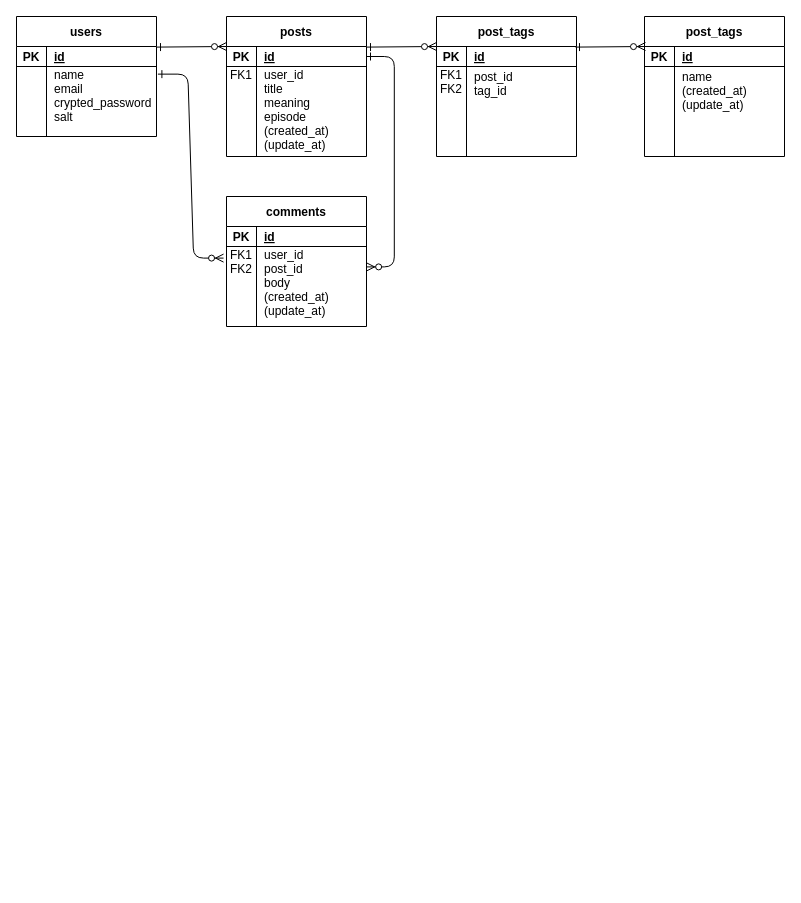
This is Group1_ER図.drawio from RUNTEQ-62-GROUP-DEVELOPMENT/Group1, a draw.io file, before an edit. Source tidied: cells renumbered, new cells numbered last; positions are measured from the earlier drawing's top-left corner, leaving out a move shared by most shapes. Both pictures are drawn from the tidied source at 100%, with x=0, y=0 at pixel (16, 16).
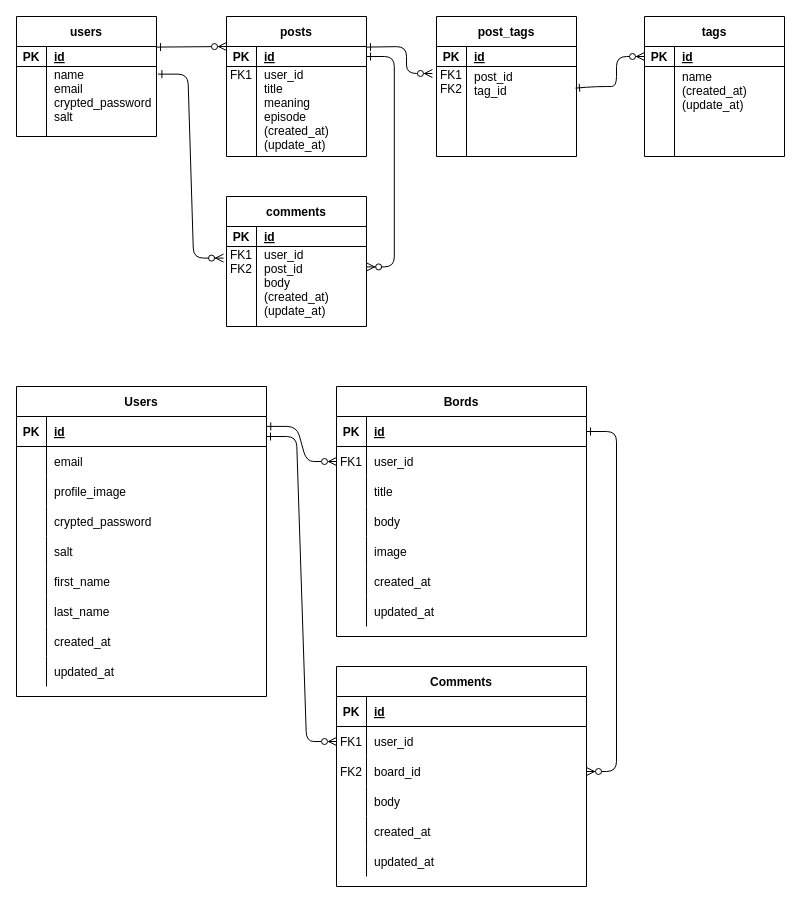
The same diagram, later.

Commit message:
Group1_ER図.drawio を更新します

The change refers to these unchanged cells:
```xml
<mxCell id="30" style="shape=partialRectangle;fillColor=none;points=[[0,0.5],[1,0.5]];portConstraint=eastwest;top=0;left=0;right=0;bottom=0;" parent="26" vertex="1">
  <mxGeometry y="50" width="140" height="90" as="geometry" />
</mxCell>
<mxCell id="34" style="shape=partialRectangle;fillColor=none;points=[[0,0.5],[1,0.5]];portConstraint=eastwest;top=0;left=0;right=0;bottom=1;" parent="33" vertex="1">
  <mxGeometry y="30" width="140" height="20" as="geometry" />
</mxCell>
```

Change to the diagram source:
```diff
@@
-    <mxCell id="33" value="post_tags" style="shape=table;startSize=30;childLayout=tableLayout;rowLines=0;fontStyle=1;align=center;" parent="1" vertex="1">
+    <mxCell id="33" value="tags" style="shape=table;startSize=30;childLayout=tableLayout;rowLines=0;fontStyle=1;align=center;" parent="1" vertex="1">
       <mxGeometry x="628" width="140" height="140" as="geometry" />
     </mxCell>
@@
-    <mxCell id="40" style="endArrow=ERzeroToMany;startArrow=ERone;endFill=1;startFill=0;" parent="1" edge="1">
+    <mxCell id="40" style="endArrow=ERzeroToMany;startArrow=ERone;endFill=1;startFill=0;entryX=-0.029;entryY=0.078;entryDx=0;entryDy=0;entryPerimeter=0;" parent="1" edge="1" target="30">
       <mxGeometry relative="1" as="geometry">
         <mxPoint x="350" y="30.6" as="sourcePoint" />
-        <mxPoint x="420" y="30" as="targetPoint" />
+        <Array as="points">
+          <mxPoint x="390" y="30" />
+          <mxPoint x="390" y="57" />
+        </Array>
       </mxGeometry>
     </mxCell>
-    <mxCell id="41" style="endArrow=ERzeroToMany;startArrow=ERone;endFill=1;startFill=0;" parent="1" edge="1">
+    <mxCell id="41" style="endArrow=ERzeroToMany;startArrow=ERone;endFill=1;startFill=0;entryX=0;entryY=0.5;entryDx=0;entryDy=0;" parent="1" edge="1" target="34">
       <mxGeometry relative="1" as="geometry">
-        <mxPoint x="559" y="30.6" as="sourcePoint" />
-        <mxPoint x="629" y="30" as="targetPoint" />
+        <mxPoint x="559" y="71.6" as="sourcePoint" />
+        <Array as="points">
+          <mxPoint x="580" y="70" />
+          <mxPoint x="600" y="70" />
+          <mxPoint x="600" y="40" />
+        </Array>
       </mxGeometry>
     </mxCell>
+    <mxCell id="42" style="edgeStyle=entityRelationEdgeStyle;endArrow=ERzeroToMany;startArrow=ERone;endFill=0;startFill=0;exitX=1.001;exitY=0.33;exitDx=0;exitDy=0;exitPerimeter=0;" parent="1" edge="1" source="86" target="48">
+      <mxGeometry relative="1" as="geometry" />
+    </mxCell>
+    <mxCell id="43" style="edgeStyle=entityRelationEdgeStyle;endArrow=ERzeroToMany;startArrow=ERone;endFill=1;startFill=0;entryX=1;entryY=0.5;entryDx=0;entryDy=0;" parent="1" edge="1" source="45" target="73">
+      <mxGeometry relative="1" as="geometry">
+        <Array as="points">
+          <mxPoint x="630" y="590" />
+        </Array>
+      </mxGeometry>
+    </mxCell>
+    <mxCell id="44" value="Bords" style="shape=table;startSize=30;childLayout=tableLayout;rowLines=0;fontStyle=1;align=center;" parent="1" vertex="1">
+      <mxGeometry x="320" y="370" width="250" height="250" as="geometry" />
+    </mxCell>
+    <mxCell id="45" style="shape=partialRectangle;fillColor=none;points=[[0,0.5],[1,0.5]];portConstraint=eastwest;top=0;left=0;right=0;bottom=1;" parent="44" vertex="1">
+      <mxGeometry y="30" width="250" height="30" as="geometry" />
+    </mxCell>
+    <mxCell id="46" value="PK" style="shape=partialRectangle;overflow=hidden;fillColor=none;top=0;left=0;bottom=0;right=0;fontStyle=1;" parent="45" vertex="1">
+      <mxGeometry width="30" height="30" as="geometry" />
+    </mxCell>
+    <mxCell id="47" value="id" style="shape=partialRectangle;overflow=hidden;fillColor=none;top=0;left=0;bottom=0;right=0;align=left;spacingLeft=6;fontStyle=5;" parent="45" vertex="1">
+      <mxGeometry x="30" width="220" height="30" as="geometry" />
+    </mxCell>
+    <mxCell id="48" style="shape=partialRectangle;fillColor=none;points=[[0,0.5],[1,0.5]];portConstraint=eastwest;top=0;left=0;right=0;bottom=0;" parent="44" vertex="1">
+      <mxGeometry y="60" width="250" height="30" as="geometry" />
+    </mxCell>
+    <mxCell id="49" value="FK1" style="shape=partialRectangle;overflow=hidden;fillColor=none;top=0;left=0;bottom=0;right=0;" parent="48" vertex="1">
+      <mxGeometry width="30" height="30" as="geometry" />
+    </mxCell>
+    <mxCell id="50" value="user_id" style="shape=partialRectangle;overflow=hidden;fillColor=none;top=0;left=0;bottom=0;right=0;align=left;spacingLeft=6;" parent="48" vertex="1">
+      <mxGeometry x="30" width="220" height="30" as="geometry" />
+    </mxCell>
+    <mxCell id="51" style="shape=partialRectangle;fillColor=none;top=0;left=0;right=0;bottom=0;" parent="44" vertex="1">
+      <mxGeometry y="90" width="250" height="30" as="geometry" />
+    </mxCell>
+    <mxCell id="52" style="shape=partialRectangle;overflow=hidden;fillColor=none;top=0;left=0;bottom=0;right=0;" parent="51" vertex="1">
+      <mxGeometry width="30" height="30" as="geometry" />
+    </mxCell>
+    <mxCell id="53" value="title" style="shape=partialRectangle;overflow=hidden;fillColor=none;top=0;left=0;bottom=0;right=0;align=left;spacingLeft=6;" parent="51" vertex="1">
+      <mxGeometry x="30" width="220" height="30" as="geometry" />
+    </mxCell>
+    <mxCell id="54" style="shape=partialRectangle;fillColor=none;top=0;left=0;right=0;bottom=0;" parent="44" vertex="1">
+      <mxGeometry y="120" width="250" height="30" as="geometry" />
+    </mxCell>
+    <mxCell id="55" style="shape=partialRectangle;overflow=hidden;fillColor=none;top=0;left=0;bottom=0;right=0;" parent="54" vertex="1">
+      <mxGeometry width="30" height="30" as="geometry" />
+    </mxCell>
+    <mxCell id="56" value="body" style="shape=partialRectangle;overflow=hidden;fillColor=none;top=0;left=0;bottom=0;right=0;align=left;spacingLeft=6;" parent="54" vertex="1">
+      <mxGeometry x="30" width="220" height="30" as="geometry" />
+    </mxCell>
+    <mxCell id="57" style="shape=partialRectangle;fillColor=none;top=0;left=0;right=0;bottom=0;" parent="44" vertex="1">
+      <mxGeometry y="150" width="250" height="30" as="geometry" />
+    </mxCell>
+    <mxCell id="58" style="shape=partialRectangle;overflow=hidden;fillColor=none;top=0;left=0;bottom=0;right=0;" parent="57" vertex="1">
+      <mxGeometry width="30" height="30" as="geometry" />
+    </mxCell>
+    <mxCell id="59" value="image" style="shape=partialRectangle;overflow=hidden;fillColor=none;top=0;left=0;bottom=0;right=0;align=left;spacingLeft=6;" parent="57" vertex="1">
+      <mxGeometry x="30" width="220" height="30" as="geometry" />
+    </mxCell>
+    <mxCell id="60" style="shape=partialRectangle;fillColor=none;top=0;left=0;right=0;bottom=0;" parent="44" vertex="1">
+      <mxGeometry y="180" width="250" height="30" as="geometry" />
+    </mxCell>
+    <mxCell id="61" style="shape=partialRectangle;overflow=hidden;fillColor=none;top=0;left=0;bottom=0;right=0;" parent="60" vertex="1">
+      <mxGeometry width="30" height="30" as="geometry" />
+    </mxCell>
+    <mxCell id="62" value="created_at" style="shape=partialRectangle;overflow=hidden;fillColor=none;top=0;left=0;bottom=0;right=0;align=left;spacingLeft=6;" parent="60" vertex="1">
+      <mxGeometry x="30" width="220" height="30" as="geometry" />
+    </mxCell>
+    <mxCell id="63" style="shape=partialRectangle;fillColor=none;top=0;left=0;right=0;bottom=0;" parent="44" vertex="1">
+      <mxGeometry y="210" width="250" height="30" as="geometry" />
+    </mxCell>
+    <mxCell id="64" style="shape=partialRectangle;overflow=hidden;fillColor=none;top=0;left=0;bottom=0;right=0;" parent="63" vertex="1">
+      <mxGeometry width="30" height="30" as="geometry" />
+    </mxCell>
+    <mxCell id="65" value="updated_at" style="shape=partialRectangle;overflow=hidden;fillColor=none;top=0;left=0;bottom=0;right=0;align=left;spacingLeft=6;" parent="63" vertex="1">
+      <mxGeometry x="30" width="220" height="30" as="geometry" />
+    </mxCell>
+    <mxCell id="66" value="Comments" style="shape=table;startSize=30;childLayout=tableLayout;rowLines=0;fontStyle=1;align=center;" parent="1" vertex="1">
+      <mxGeometry x="320" y="650" width="250" height="220" as="geometry" />
+    </mxCell>
+    <mxCell id="67" style="shape=partialRectangle;fillColor=none;top=0;left=0;right=0;bottom=1;" parent="66" vertex="1">
+      <mxGeometry y="30" width="250" height="30" as="geometry" />
+    </mxCell>
+    <mxCell id="68" value="PK" style="shape=partialRectangle;overflow=hidden;fillColor=none;top=0;left=0;bottom=0;right=0;fontStyle=1;" parent="67" vertex="1">
+      <mxGeometry width="30" height="30" as="geometry" />
+    </mxCell>
+    <mxCell id="69" value="id" style="shape=partialRectangle;overflow=hidden;fillColor=none;top=0;left=0;bottom=0;right=0;align=left;spacingLeft=6;fontStyle=5;" parent="67" vertex="1">
+      <mxGeometry x="30" width="220" height="30" as="geometry" />
+    </mxCell>
+    <mxCell id="70" style="shape=partialRectangle;fillColor=none;points=[[0,0.5],[1,0.5]];portConstraint=eastwest;top=0;left=0;right=0;bottom=0;" parent="66" vertex="1">
+      <mxGeometry y="60" width="250" height="30" as="geometry" />
+    </mxCell>
+    <mxCell id="71" value="FK1" style="shape=partialRectangle;overflow=hidden;fillColor=none;top=0;left=0;bottom=0;right=0;" parent="70" vertex="1">
+      <mxGeometry width="30" height="30" as="geometry" />
+    </mxCell>
+    <mxCell id="72" value="user_id" style="shape=partialRectangle;overflow=hidden;fillColor=none;top=0;left=0;bottom=0;right=0;align=left;spacingLeft=6;" parent="70" vertex="1">
+      <mxGeometry x="30" width="220" height="30" as="geometry" />
+    </mxCell>
+    <mxCell id="73" style="shape=partialRectangle;fillColor=none;points=[[0,0.5],[1,0.5]];portConstraint=eastwest;top=0;left=0;right=0;bottom=0;" parent="66" vertex="1">
+      <mxGeometry y="90" width="250" height="30" as="geometry" />
+    </mxCell>
+    <mxCell id="74" value="FK2" style="shape=partialRectangle;overflow=hidden;fillColor=none;top=0;left=0;bottom=0;right=0;" parent="73" vertex="1">
+      <mxGeometry width="30" height="30" as="geometry" />
+    </mxCell>
+    <mxCell id="75" value="board_id" style="shape=partialRectangle;overflow=hidden;fillColor=none;top=0;left=0;bottom=0;right=0;align=left;spacingLeft=6;" parent="73" vertex="1">
+      <mxGeometry x="30" width="220" height="30" as="geometry" />
+    </mxCell>
+    <mxCell id="76" style="shape=partialRectangle;fillColor=none;top=0;left=0;right=0;bottom=0;" parent="66" vertex="1">
+      <mxGeometry y="120" width="250" height="30" as="geometry" />
+    </mxCell>
+    <mxCell id="77" style="shape=partialRectangle;overflow=hidden;fillColor=none;top=0;left=0;bottom=0;right=0;" parent="76" vertex="1">
+      <mxGeometry width="30" height="30" as="geometry" />
+    </mxCell>
+    <mxCell id="78" value="body" style="shape=partialRectangle;overflow=hidden;fillColor=none;top=0;left=0;bottom=0;right=0;align=left;spacingLeft=6;" parent="76" vertex="1">
+      <mxGeometry x="30" width="220" height="30" as="geometry" />
+    </mxCell>
+    <mxCell id="79" style="shape=partialRectangle;fillColor=none;top=0;left=0;right=0;bottom=0;" parent="66" vertex="1">
+      <mxGeometry y="150" width="250" height="30" as="geometry" />
+    </mxCell>
+    <mxCell id="80" style="shape=partialRectangle;overflow=hidden;fillColor=none;top=0;left=0;bottom=0;right=0;" parent="79" vertex="1">
+      <mxGeometry width="30" height="30" as="geometry" />
+    </mxCell>
+    <mxCell id="81" value="created_at" style="shape=partialRectangle;overflow=hidden;fillColor=none;top=0;left=0;bottom=0;right=0;align=left;spacingLeft=6;" parent="79" vertex="1">
+      <mxGeometry x="30" width="220" height="30" as="geometry" />
+    </mxCell>
+    <mxCell id="82" style="shape=partialRectangle;fillColor=none;top=0;left=0;right=0;bottom=0;" parent="66" vertex="1">
+      <mxGeometry y="180" width="250" height="30" as="geometry" />
+    </mxCell>
+    <mxCell id="83" style="shape=partialRectangle;overflow=hidden;fillColor=none;top=0;left=0;bottom=0;right=0;" parent="82" vertex="1">
+      <mxGeometry width="30" height="30" as="geometry" />
+    </mxCell>
+    <mxCell id="84" value="updated_at" style="shape=partialRectangle;overflow=hidden;fillColor=none;top=0;left=0;bottom=0;right=0;align=left;spacingLeft=6;" parent="82" vertex="1">
+      <mxGeometry x="30" width="220" height="30" as="geometry" />
+    </mxCell>
+    <mxCell id="85" value="Users" style="shape=table;startSize=30;childLayout=tableLayout;rowLines=0;fontStyle=1;align=center;" parent="1" vertex="1">
+      <mxGeometry y="370" width="250" height="310" as="geometry" />
+    </mxCell>
+    <mxCell id="86" style="shape=partialRectangle;fillColor=none;points=[[0,0.5],[1,0.5]];portConstraint=eastwest;top=0;left=0;right=0;bottom=1;" parent="85" vertex="1">
+      <mxGeometry y="30" width="250" height="30" as="geometry" />
+    </mxCell>
+    <mxCell id="87" value="PK" style="shape=partialRectangle;overflow=hidden;fillColor=none;top=0;left=0;bottom=0;right=0;fontStyle=1;" parent="86" vertex="1">
+      <mxGeometry width="30" height="30" as="geometry" />
+    </mxCell>
+    <mxCell id="88" value="id" style="shape=partialRectangle;overflow=hidden;fillColor=none;top=0;left=0;bottom=0;right=0;align=left;spacingLeft=6;fontStyle=5;" parent="86" vertex="1">
+      <mxGeometry x="30" width="220" height="30" as="geometry" />
+    </mxCell>
+    <mxCell id="89" style="shape=partialRectangle;fillColor=none;top=0;left=0;right=0;bottom=0;" parent="85" vertex="1">
+      <mxGeometry y="60" width="250" height="30" as="geometry" />
+    </mxCell>
+    <mxCell id="90" style="shape=partialRectangle;overflow=hidden;fillColor=none;top=0;left=0;bottom=0;right=0;" parent="89" vertex="1">
+      <mxGeometry width="30" height="30" as="geometry" />
+    </mxCell>
+    <mxCell id="91" value="email" style="shape=partialRectangle;overflow=hidden;fillColor=none;top=0;left=0;bottom=0;right=0;align=left;spacingLeft=6;" parent="89" vertex="1">
+      <mxGeometry x="30" width="220" height="30" as="geometry" />
+    </mxCell>
+    <mxCell id="92" style="shape=partialRectangle;fillColor=none;top=0;left=0;right=0;bottom=0;" parent="85" vertex="1">
+      <mxGeometry y="90" width="250" height="30" as="geometry" />
+    </mxCell>
+    <mxCell id="93" style="shape=partialRectangle;overflow=hidden;fillColor=none;top=0;left=0;bottom=0;right=0;" parent="92" vertex="1">
+      <mxGeometry width="30" height="30" as="geometry" />
+    </mxCell>
+    <mxCell id="94" value="profile_image" style="shape=partialRectangle;overflow=hidden;fillColor=none;top=0;left=0;bottom=0;right=0;align=left;spacingLeft=6;" parent="92" vertex="1">
+      <mxGeometry x="30" width="220" height="30" as="geometry" />
+    </mxCell>
+    <mxCell id="95" style="shape=partialRectangle;fillColor=none;top=0;left=0;right=0;bottom=0;" parent="85" vertex="1">
+      <mxGeometry y="120" width="250" height="30" as="geometry" />
+    </mxCell>
+    <mxCell id="96" style="shape=partialRectangle;overflow=hidden;fillColor=none;top=0;left=0;bottom=0;right=0;" parent="95" vertex="1">
+      <mxGeometry width="30" height="30" as="geometry" />
+    </mxCell>
+    <mxCell id="97" value="crypted_password" style="shape=partialRectangle;overflow=hidden;fillColor=none;top=0;left=0;bottom=0;right=0;align=left;spacingLeft=6;" parent="95" vertex="1">
+      <mxGeometry x="30" width="220" height="30" as="geometry" />
+    </mxCell>
+    <mxCell id="98" style="shape=partialRectangle;fillColor=none;top=0;left=0;right=0;bottom=0;" parent="85" vertex="1">
+      <mxGeometry y="150" width="250" height="30" as="geometry" />
+    </mxCell>
+    <mxCell id="99" style="shape=partialRectangle;overflow=hidden;fillColor=none;top=0;left=0;bottom=0;right=0;" parent="98" vertex="1">
+      <mxGeometry width="30" height="30" as="geometry" />
+    </mxCell>
+    <mxCell id="100" value="salt" style="shape=partialRectangle;overflow=hidden;fillColor=none;top=0;left=0;bottom=0;right=0;align=left;spacingLeft=6;" parent="98" vertex="1">
+      <mxGeometry x="30" width="220" height="30" as="geometry" />
+    </mxCell>
+    <mxCell id="101" style="shape=partialRectangle;fillColor=none;top=0;left=0;right=0;bottom=0;" parent="85" vertex="1">
+      <mxGeometry y="180" width="250" height="30" as="geometry" />
+    </mxCell>
+    <mxCell id="102" style="shape=partialRectangle;overflow=hidden;fillColor=none;top=0;left=0;bottom=0;right=0;" parent="101" vertex="1">
+      <mxGeometry width="30" height="30" as="geometry" />
+    </mxCell>
+    <mxCell id="103" value="first_name" style="shape=partialRectangle;overflow=hidden;fillColor=none;top=0;left=0;bottom=0;right=0;align=left;spacingLeft=6;" parent="101" vertex="1">
+      <mxGeometry x="30" width="220" height="30" as="geometry" />
+    </mxCell>
+    <mxCell id="104" style="shape=partialRectangle;fillColor=none;top=0;left=0;right=0;bottom=0;" parent="85" vertex="1">
+      <mxGeometry y="210" width="250" height="30" as="geometry" />
+    </mxCell>
+    <mxCell id="105" style="shape=partialRectangle;overflow=hidden;fillColor=none;top=0;left=0;bottom=0;right=0;" parent="104" vertex="1">
+      <mxGeometry width="30" height="30" as="geometry" />
+    </mxCell>
+    <mxCell id="106" value="last_name" style="shape=partialRectangle;overflow=hidden;fillColor=none;top=0;left=0;bottom=0;right=0;align=left;spacingLeft=6;" parent="104" vertex="1">
+      <mxGeometry x="30" width="220" height="30" as="geometry" />
+    </mxCell>
+    <mxCell id="107" style="shape=partialRectangle;fillColor=none;top=0;left=0;right=0;bottom=0;" parent="85" vertex="1">
+      <mxGeometry y="240" width="250" height="30" as="geometry" />
+    </mxCell>
+    <mxCell id="108" style="shape=partialRectangle;overflow=hidden;fillColor=none;top=0;left=0;bottom=0;right=0;" parent="107" vertex="1">
+      <mxGeometry width="30" height="30" as="geometry" />
+    </mxCell>
+    <mxCell id="109" value="created_at" style="shape=partialRectangle;overflow=hidden;fillColor=none;top=0;left=0;bottom=0;right=0;align=left;spacingLeft=6;" parent="107" vertex="1">
+      <mxGeometry x="30" width="220" height="30" as="geometry" />
+    </mxCell>
+    <mxCell id="110" style="shape=partialRectangle;fillColor=none;top=0;left=0;right=0;bottom=0;" parent="85" vertex="1">
+      <mxGeometry y="270" width="250" height="30" as="geometry" />
+    </mxCell>
+    <mxCell id="111" style="shape=partialRectangle;overflow=hidden;fillColor=none;top=0;left=0;bottom=0;right=0;" parent="110" vertex="1">
+      <mxGeometry width="30" height="30" as="geometry" />
+    </mxCell>
+    <mxCell id="112" value="updated_at" style="shape=partialRectangle;overflow=hidden;fillColor=none;top=0;left=0;bottom=0;right=0;align=left;spacingLeft=6;" parent="110" vertex="1">
+      <mxGeometry x="30" width="220" height="30" as="geometry" />
+    </mxCell>
+    <mxCell id="113" style="edgeStyle=entityRelationEdgeStyle;rounded=1;jettySize=auto;html=1;entryX=0;entryY=0.5;entryDx=0;entryDy=0;curved=0;startArrow=ERone;startFill=0;endArrow=ERzeroToMany;endFill=0;" parent="1" edge="1" target="70">
+      <mxGeometry relative="1" as="geometry">
+        <mxPoint x="250" y="420" as="sourcePoint" />
+      </mxGeometry>
+    </mxCell>
```
